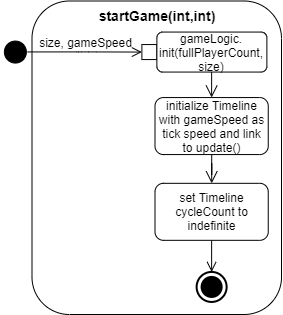
Earlier version of the draw.io export Doku/images/AD_startGame.png (KjellooMelloo/gameoftrons). Source tidied: cells renumbered, new cells last; positions are measured from the earlier drawing's top-left corner, leaving out a move shared by most shapes.
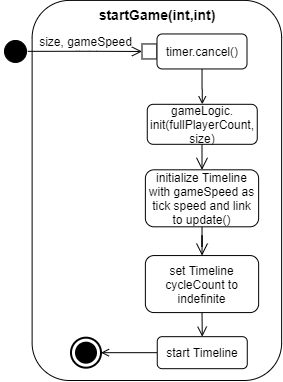
Later version of the same file.

Change to the diagram source:
```diff
@@ -3,42 +3,54 @@
     <mxCell id="0" />
     <mxCell id="1" parent="0" />
     <mxCell id="2" value="&lt;b&gt;&lt;font style=&quot;font-size: 14px&quot;&gt;startGame(int,int)&lt;/font&gt;&lt;/b&gt;" style="rounded=1;whiteSpace=wrap;html=1;align=center;verticalAlign=top;" parent="1" vertex="1">
-      <mxGeometry x="31.5" y="0.5" width="249.5" height="313.5" as="geometry" />
+      <mxGeometry x="512.6" y="-76.1" width="249.5" height="380.1" as="geometry" />
     </mxCell>
     <mxCell id="3" style="edgeStyle=orthogonalEdgeStyle;rounded=0;jettySize=auto;html=1;entryX=0.5;entryY=0;entryDx=0;entryDy=0;endArrow=open;endFill=0;endSize=10;" parent="1" edge="1" target="12">
       <mxGeometry relative="1" as="geometry">
-        <mxPoint x="211.1" y="71.6" as="sourcePoint" />
+        <mxPoint x="682.5" y="67.8" as="sourcePoint" />
       </mxGeometry>
     </mxCell>
     <mxCell id="4" style="ellipse;html=1;shape=startState;fillColor=#000000;strokeColor=#000000;align=center;" parent="1" vertex="1">
-      <mxGeometry x="-0.1" y="36.6" width="30" height="30" as="geometry" />
+      <mxGeometry x="481" y="-40" width="30" height="30" as="geometry" />
     </mxCell>
     <mxCell id="5" style="edgeStyle=orthogonalEdgeStyle;html=1;verticalAlign=bottom;endArrow=open;endSize=8;strokeColor=#000000;exitX=0.909;exitY=0.496;exitDx=0;exitDy=0;exitPerimeter=0;entryX=0;entryY=0.5;entryDx=0;entryDy=0;" parent="1" edge="1" source="4" target="6">
       <mxGeometry relative="1" as="geometry" />
     </mxCell>
     <mxCell id="6" style="rounded=0;whiteSpace=wrap;html=1;strokeColor=#000000;align=center;" parent="1" vertex="1">
-      <mxGeometry x="141.4" y="44.1" width="15" height="15" as="geometry" />
+      <mxGeometry x="622.5" y="-32.5" width="15" height="15" as="geometry" />
     </mxCell>
     <mxCell id="7" value="size, gameSpeed" style="text;html=1;align=center;verticalAlign=middle;" parent="1" vertex="1">
-      <mxGeometry x="29.9" y="31.6" width="110" height="20" as="geometry" />
+      <mxGeometry x="511" y="-45" width="110" height="20" as="geometry" />
     </mxCell>
     <mxCell id="8" value="gameLogic. init(fullPlayerCount, size)" style="shape=rect;html=1;rounded=1;whiteSpace=wrap;align=center;" parent="1" vertex="1">
-      <mxGeometry x="156.4" y="31.6" width="110" height="40" as="geometry" />
+      <mxGeometry x="627.8" y="27.8" width="110" height="40" as="geometry" />
     </mxCell>
-    <mxCell id="9" style="edgeStyle=orthogonalEdgeStyle;rounded=0;jettySize=auto;html=1;entryX=0.5;entryY=0;entryDx=0;entryDy=0;entryPerimeter=0;startArrow=none;startFill=0;endArrow=open;endFill=0;endSize=8;exitX=0.5;exitY=1;exitDx=0;exitDy=0;" parent="1" edge="1" source="13" target="10">
+    <mxCell id="9" style="edgeStyle=orthogonalEdgeStyle;rounded=0;jettySize=auto;html=1;entryX=0.5;entryY=0;entryDx=0;entryDy=0;startArrow=none;startFill=0;endArrow=open;endFill=0;endSize=8;exitX=0.5;exitY=1;exitDx=0;exitDy=0;" parent="1" edge="1" source="13" target="15">
       <mxGeometry relative="1" as="geometry" />
     </mxCell>
     <mxCell id="10" style="html=1;shape=mxgraph.sysml.actFinal;strokeWidth=2;verticalLabelPosition=bottom;verticalAlignment=top;align=center;rounded=0;" parent="1" vertex="1">
-      <mxGeometry x="196.1" y="271.4" width="30" height="30" as="geometry" />
+      <mxGeometry x="551.5" y="261.2" width="30" height="30" as="geometry" />
     </mxCell>
     <mxCell id="11" style="edgeStyle=orthogonalEdgeStyle;rounded=0;jettySize=auto;html=1;endArrow=open;endFill=0;endSize=10;" parent="1" edge="1" source="12" target="13">
       <mxGeometry relative="1" as="geometry" />
     </mxCell>
     <mxCell id="12" value="initialize Timeline with gameSpeed as tick speed and link to update()" style="shape=rect;html=1;rounded=1;whiteSpace=wrap;align=center;" parent="1" vertex="1">
-      <mxGeometry x="154.5" y="97.1" width="113.2" height="57" as="geometry" />
+      <mxGeometry x="625.9" y="93.3" width="113.2" height="57" as="geometry" />
     </mxCell>
     <mxCell id="13" value="set Timeline cycleCount to indefinite" style="shape=rect;html=1;rounded=1;whiteSpace=wrap;align=center;" parent="1" vertex="1">
-      <mxGeometry x="154.5" y="182.8" width="113.2" height="57" as="geometry" />
+      <mxGeometry x="625.9" y="179.1" width="113.2" height="57" as="geometry" />
     </mxCell>
+    <mxCell id="14" style="edgeStyle=orthogonalEdgeStyle;rounded=0;jettySize=auto;html=1;entryX=1;entryY=0.5;entryDx=0;entryDy=0;entryPerimeter=0;endArrow=open;endFill=0;endSize=6;" parent="1" edge="1" source="15" target="10">
+      <mxGeometry relative="1" as="geometry" />
+    </mxCell>
+    <mxCell id="15" value="start Timeline" style="shape=rect;html=1;rounded=1;whiteSpace=wrap;align=center;" parent="1" vertex="1">
+      <mxGeometry x="637.8" y="260.2" width="90" height="32" as="geometry" />
+    </mxCell>
+    <mxCell id="16" style="edgeStyle=orthogonalEdgeStyle;rounded=0;jettySize=auto;html=1;endArrow=open;endFill=0;endSize=6;" parent="1" edge="1" source="17" target="8">
+      <mxGeometry relative="1" as="geometry" />
+    </mxCell>
+    <mxCell id="17" value="timer.cancel()" style="shape=rect;html=1;rounded=1;whiteSpace=wrap;align=center;" parent="1" vertex="1">
+      <mxGeometry x="637.5" y="-42.5" width="90" height="35" as="geometry" />
+    </mxCell>
   </root>
 </mxGraphModel>
```
